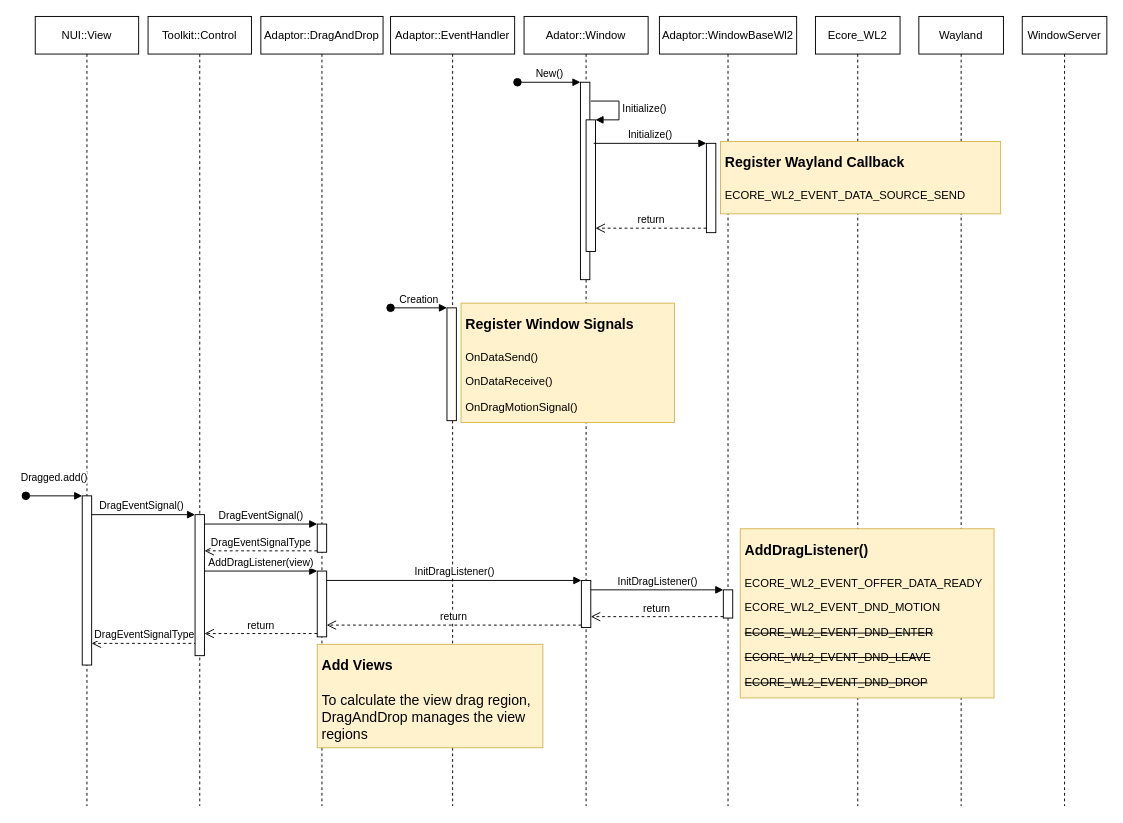
taehyub/drawio keeps this draw.io diagram as page "Page-5" (5 of 10) of Untitled Diagram.drawio. Above is the earlier version. Source tidied: cells renumbered, new cells numbered last; positions are measured from the earlier drawing's top-left corner, leaving out a move shared by most shapes. Both pictures are drawn from the tidied source at 94%, with x=0, y=0 at pixel (25, 16).
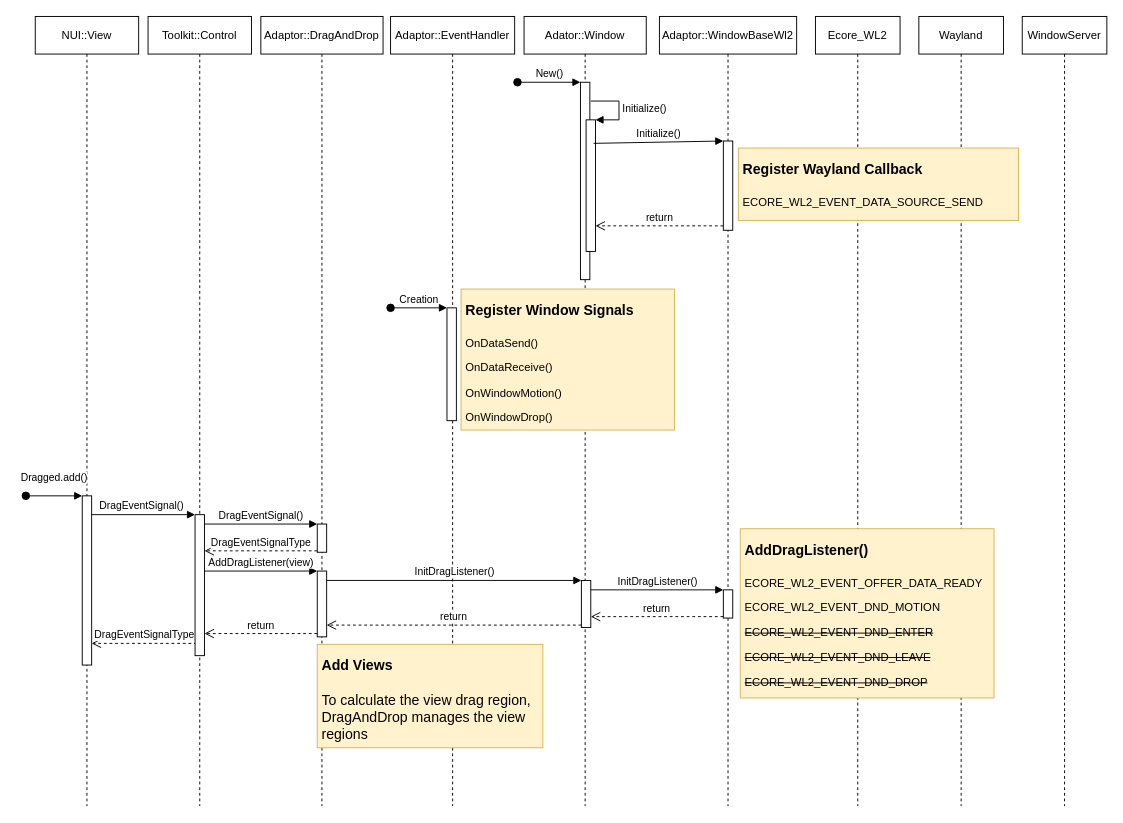
Above is the later version.

The change refers to these unchanged cells:
```xml
<mxCell id="18" value="Adaptor::WindowBaseWl2" style="shape=umlLifeline;perimeter=lifelinePerimeter;whiteSpace=wrap;html=1;" parent="1" vertex="1">
  <mxGeometry x="674" width="146" height="840" as="geometry" />
</mxCell>
```

Change to the diagram source:
```diff
@@
     <mxCell id="12" value="Adator::Window" style="shape=umlLifeline;perimeter=lifelinePerimeter;whiteSpace=wrap;html=1;" parent="1" vertex="1">
-      <mxGeometry x="530" width="132" height="840" as="geometry" />
+      <mxGeometry x="530" width="130" height="840" as="geometry" />
     </mxCell>
@@
+    <mxCell id="30" value="&lt;h1&gt;&lt;font style=&quot;font-size: 15px&quot;&gt;Register Window Signals&lt;/font&gt;&lt;/h1&gt;&lt;p&gt;OnDataSend()&lt;/p&gt;&lt;p&gt;OnDataReceive()&lt;/p&gt;&lt;p&gt;OnWindowMotion()&lt;/p&gt;&lt;p&gt;OnWindowDrop()&lt;br&gt;&lt;/p&gt;" style="text;html=1;strokeColor=#d6b656;fillColor=#fff2cc;spacing=5;spacingTop=-20;whiteSpace=wrap;overflow=hidden;rounded=0;hachureGap=4;" parent="12" vertex="1">
+      <mxGeometry x="-67" y="290" width="227" height="150" as="geometry" />
+    </mxCell>
@@
     <mxCell id="20" style="html=1;points=[];perimeter=orthogonalPerimeter;" parent="18" vertex="1">
-      <mxGeometry x="50" y="135" width="10" height="95" as="geometry" />
+      <mxGeometry x="68" y="132.5" width="10" height="95" as="geometry" />
     </mxCell>
@@
     <mxCell id="29" value="&lt;h1&gt;&lt;font style=&quot;font-size: 15px&quot;&gt;Register Wayland Callback&lt;/font&gt;&lt;/h1&gt;&lt;p&gt;ECORE_WL2_EVENT_DATA_SOURCE_SEND&lt;/p&gt;" style="text;html=1;strokeColor=#d6b656;fillColor=#fff2cc;spacing=5;spacingTop=-20;whiteSpace=wrap;overflow=hidden;rounded=0;hachureGap=4;" parent="1" vertex="1">
-      <mxGeometry x="739" y="133" width="298" height="77" as="geometry" />
+      <mxGeometry x="758" y="140" width="298" height="77" as="geometry" />
     </mxCell>
-    <mxCell id="30" value="&lt;h1&gt;&lt;font style=&quot;font-size: 15px&quot;&gt;Register Window Signals&lt;/font&gt;&lt;/h1&gt;&lt;p&gt;OnDataSend()&lt;/p&gt;&lt;p&gt;OnDataReceive()&lt;/p&gt;&lt;p&gt;OnDragMotionSignal()&lt;/p&gt;" style="text;html=1;strokeColor=#d6b656;fillColor=#fff2cc;spacing=5;spacingTop=-20;whiteSpace=wrap;overflow=hidden;rounded=0;hachureGap=4;" parent="1" vertex="1">
-      <mxGeometry x="463" y="305" width="227" height="127" as="geometry" />
-    </mxCell>
```
